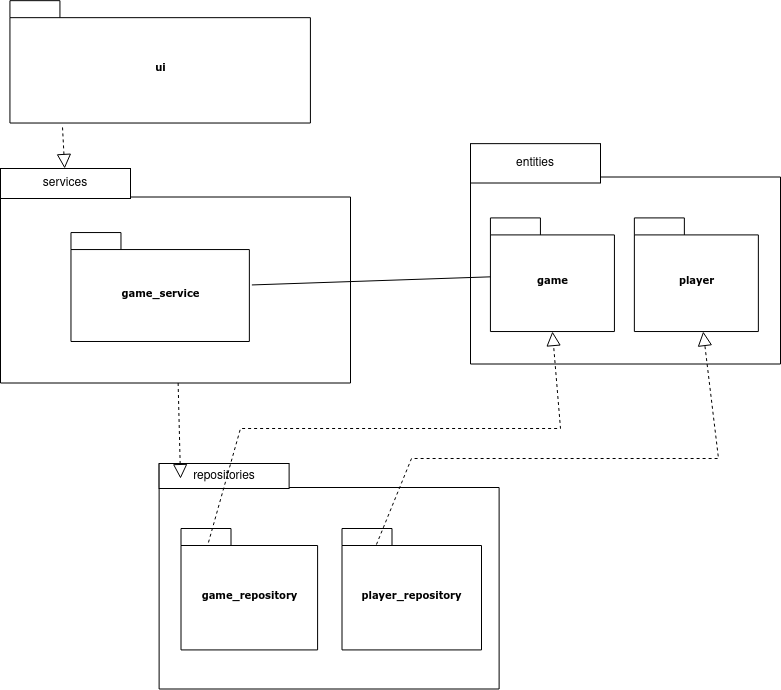
The draw.io diagram dokumentaatio/pakkauskaavio.png in kerkkanen/ot-harjoitustyo, before a commit. Source tidied: cells renumbered, new cells last; positions are measured from the earlier drawing's top-left corner, leaving out a move shared by most shapes. Its diagram source:
```xml
<mxGraphModel>
  <root>
    <mxCell id="0" />
    <mxCell id="1" parent="0" />
    <mxCell id="2" style="group;" parent="1" vertex="1">
      <mxGeometry y="172.5" width="780" height="245.5" as="geometry" />
    </mxCell>
    <mxCell id="3" style="shape=folder;fontStyle=1;spacingTop=10;tabWidth=123;tabHeight=24;tabPosition=left;html=1;rounded=0;shadow=0;comic=0;labelBackgroundColor=none;strokeWidth=1;fontFamily=Verdana;fontSize=10;align=center;" parent="2" vertex="1">
      <mxGeometry width="350" height="210" as="geometry" />
    </mxCell>
    <mxCell id="4" style="group;" parent="2" vertex="1">
      <mxGeometry x="470" y="-20" width="310" height="211" as="geometry" />
    </mxCell>
    <mxCell id="5" style="shape=folder;fontStyle=1;spacingTop=10;tabWidth=123;tabHeight=24;tabPosition=left;html=1;rounded=0;shadow=0;comic=0;labelBackgroundColor=none;strokeWidth=1;fontFamily=Verdana;fontSize=10;align=center;" parent="4" vertex="1">
      <mxGeometry width="310" height="211" as="geometry" />
    </mxCell>
    <mxCell id="6" value="game" style="shape=folder;fontStyle=1;spacingTop=10;tabWidth=50;tabHeight=17;tabPosition=left;html=1;rounded=0;shadow=0;comic=0;labelBackgroundColor=none;strokeWidth=1;fontFamily=Verdana;fontSize=10;align=center;" parent="4" vertex="1">
      <mxGeometry x="19.9" y="64.9" width="124" height="113.6" as="geometry" />
    </mxCell>
    <mxCell id="7" value="player" style="shape=folder;fontStyle=1;spacingTop=10;tabWidth=50;tabHeight=17;tabPosition=left;html=1;rounded=0;shadow=0;comic=0;labelBackgroundColor=none;strokeWidth=1;fontFamily=Verdana;fontSize=10;align=center;" parent="4" vertex="1">
      <mxGeometry x="163.9" y="64.9" width="124" height="113.6" as="geometry" />
    </mxCell>
    <mxCell id="8" value="entities" style="rounded=0;whiteSpace=wrap;html=1;" parent="4" vertex="1">
      <mxGeometry y="-9.4" width="130" height="39.4" as="geometry" />
    </mxCell>
    <mxCell id="9" style="group;" parent="2" vertex="1">
      <mxGeometry x="0.8" y="40" width="319.2" height="185.5" as="geometry" />
    </mxCell>
    <mxCell id="10" style="group;" parent="9" vertex="1">
      <mxGeometry x="8.7" y="-212.3" width="300.5" height="122.4" as="geometry" />
    </mxCell>
    <mxCell id="11" value="ui" style="shape=folder;fontStyle=1;spacingTop=10;tabWidth=50;tabHeight=17;tabPosition=left;html=1;rounded=0;shadow=0;comic=0;labelBackgroundColor=none;strokeWidth=1;fontFamily=Verdana;fontSize=10;align=center;" parent="10" vertex="1">
      <mxGeometry width="300.5" height="122.4" as="geometry" />
    </mxCell>
    <mxCell id="12" value="game_service" style="shape=folder;fontStyle=1;spacingTop=10;tabWidth=50;tabHeight=17;tabPosition=left;html=1;rounded=0;shadow=0;comic=0;labelBackgroundColor=none;strokeWidth=1;fontFamily=Verdana;fontSize=10;align=center;" parent="9" vertex="1">
      <mxGeometry x="69.7" y="19.5" width="178.4" height="108.9" as="geometry" />
    </mxCell>
    <mxCell id="13" style="endArrow=none;html=1;rounded=0;exitX=1.014;exitY=0.481;exitDx=0;exitDy=0;exitPerimeter=0;" parent="2" edge="1" source="12" target="6">
      <mxGeometry relative="1" as="geometry" />
    </mxCell>
    <mxCell id="14" style="shape=folder;fontStyle=1;spacingTop=10;tabWidth=123;tabHeight=24;tabPosition=left;html=1;rounded=0;shadow=0;comic=0;labelBackgroundColor=none;strokeWidth=1;fontFamily=Verdana;fontSize=10;align=center;" parent="1" vertex="1">
      <mxGeometry x="158.6" y="463" width="340" height="225.5" as="geometry" />
    </mxCell>
    <mxCell id="15" value="repositories" style="rounded=0;whiteSpace=wrap;html=1;" parent="1" vertex="1">
      <mxGeometry x="158.6" y="463" width="130" height="25" as="geometry" />
    </mxCell>
    <mxCell id="16" value="services" style="rounded=0;whiteSpace=wrap;html=1;" parent="1" vertex="1">
      <mxGeometry y="168" width="130" height="30" as="geometry" />
    </mxCell>
    <mxCell id="17" value="game_repository" style="shape=folder;fontStyle=1;spacingTop=10;tabWidth=50;tabHeight=17;tabPosition=left;html=1;rounded=0;shadow=0;comic=0;labelBackgroundColor=none;strokeWidth=1;fontFamily=Verdana;fontSize=10;align=center;" parent="1" vertex="1">
      <mxGeometry x="180.5" y="528" width="136.6" height="121.4" as="geometry" />
    </mxCell>
    <mxCell id="18" value="player_repository" style="shape=folder;fontStyle=1;spacingTop=10;tabWidth=50;tabHeight=17;tabPosition=left;html=1;rounded=0;shadow=0;comic=0;labelBackgroundColor=none;strokeWidth=1;fontFamily=Verdana;fontSize=10;align=center;" parent="1" vertex="1">
      <mxGeometry x="341.5" y="528" width="139.5" height="121.4" as="geometry" />
    </mxCell>
    <mxCell id="19" style="endArrow=block;dashed=1;endFill=0;endSize=12;html=1;rounded=0;entryX=0.5;entryY=1;entryDx=0;entryDy=0;entryPerimeter=0;exitX=0.201;exitY=0.115;exitDx=0;exitDy=0;exitPerimeter=0;" parent="1" edge="1" source="17" target="6">
      <mxGeometry relative="1" as="geometry">
        <Array as="points">
          <mxPoint x="240" y="428" />
          <mxPoint x="560" y="428" />
        </Array>
      </mxGeometry>
    </mxCell>
    <mxCell id="20" style="endArrow=block;dashed=1;endFill=0;endSize=12;html=1;rounded=0;exitX=0.175;exitY=1.036;exitDx=0;exitDy=0;exitPerimeter=0;" parent="1" edge="1" source="11" target="16">
      <mxGeometry relative="1" as="geometry" />
    </mxCell>
    <mxCell id="21" style="endArrow=block;dashed=1;endFill=0;endSize=12;html=1;rounded=0;entryX=0.063;entryY=0.067;entryDx=0;entryDy=0;entryPerimeter=0;" parent="1" edge="1" source="3" target="14">
      <mxGeometry relative="1" as="geometry" />
    </mxCell>
    <mxCell id="22" style="endArrow=block;dashed=1;endFill=0;endSize=12;html=1;rounded=0;exitX=0.247;exitY=0.132;exitDx=0;exitDy=0;exitPerimeter=0;" parent="1" edge="1" source="18" target="7">
      <mxGeometry relative="1" as="geometry">
        <Array as="points">
          <mxPoint x="411" y="458" />
          <mxPoint x="718" y="458" />
        </Array>
      </mxGeometry>
    </mxCell>
  </root>
</mxGraphModel>
```
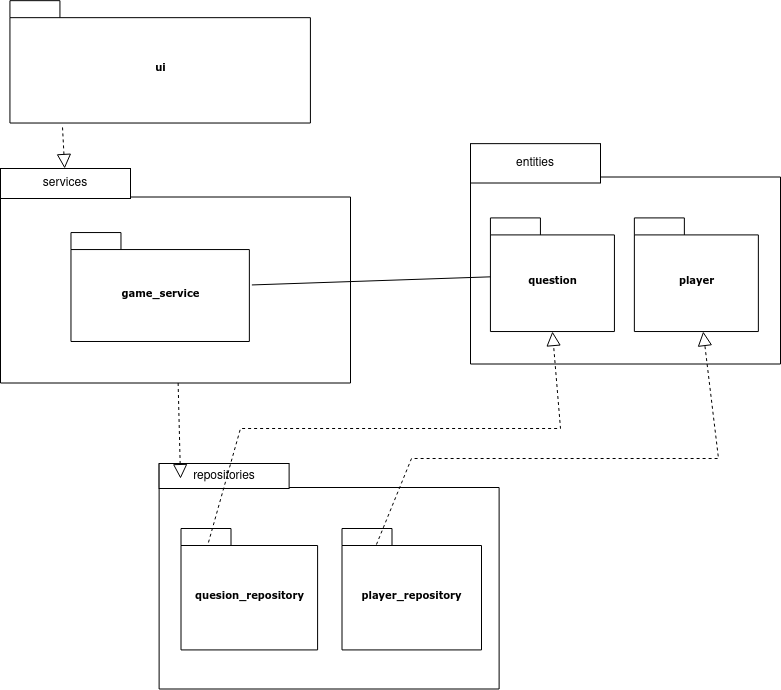
The same file after the commit.

The edit, as a diff of the source:
```diff
@@ -14,7 +14,7 @@
     <mxCell id="5" style="shape=folder;fontStyle=1;spacingTop=10;tabWidth=123;tabHeight=24;tabPosition=left;html=1;rounded=0;shadow=0;comic=0;labelBackgroundColor=none;strokeWidth=1;fontFamily=Verdana;fontSize=10;align=center;" parent="4" vertex="1">
       <mxGeometry width="310" height="211" as="geometry" />
     </mxCell>
-    <mxCell id="6" value="game" style="shape=folder;fontStyle=1;spacingTop=10;tabWidth=50;tabHeight=17;tabPosition=left;html=1;rounded=0;shadow=0;comic=0;labelBackgroundColor=none;strokeWidth=1;fontFamily=Verdana;fontSize=10;align=center;" parent="4" vertex="1">
+    <mxCell id="6" value="question" style="shape=folder;fontStyle=1;spacingTop=10;tabWidth=50;tabHeight=17;tabPosition=left;html=1;rounded=0;shadow=0;comic=0;labelBackgroundColor=none;strokeWidth=1;fontFamily=Verdana;fontSize=10;align=center;" parent="4" vertex="1">
       <mxGeometry x="19.9" y="64.9" width="124" height="113.6" as="geometry" />
     </mxCell>
     <mxCell id="7" value="player" style="shape=folder;fontStyle=1;spacingTop=10;tabWidth=50;tabHeight=17;tabPosition=left;html=1;rounded=0;shadow=0;comic=0;labelBackgroundColor=none;strokeWidth=1;fontFamily=Verdana;fontSize=10;align=center;" parent="4" vertex="1">
@@ -47,7 +47,7 @@
     <mxCell id="16" value="services" style="rounded=0;whiteSpace=wrap;html=1;" parent="1" vertex="1">
       <mxGeometry y="168" width="130" height="30" as="geometry" />
     </mxCell>
-    <mxCell id="17" value="game_repository" style="shape=folder;fontStyle=1;spacingTop=10;tabWidth=50;tabHeight=17;tabPosition=left;html=1;rounded=0;shadow=0;comic=0;labelBackgroundColor=none;strokeWidth=1;fontFamily=Verdana;fontSize=10;align=center;" parent="1" vertex="1">
+    <mxCell id="17" value="quesion_repository" style="shape=folder;fontStyle=1;spacingTop=10;tabWidth=50;tabHeight=17;tabPosition=left;html=1;rounded=0;shadow=0;comic=0;labelBackgroundColor=none;strokeWidth=1;fontFamily=Verdana;fontSize=10;align=center;" parent="1" vertex="1">
       <mxGeometry x="180.5" y="528" width="136.6" height="121.4" as="geometry" />
     </mxCell>
     <mxCell id="18" value="player_repository" style="shape=folder;fontStyle=1;spacingTop=10;tabWidth=50;tabHeight=17;tabPosition=left;html=1;rounded=0;shadow=0;comic=0;labelBackgroundColor=none;strokeWidth=1;fontFamily=Verdana;fontSize=10;align=center;" parent="1" vertex="1">
```
